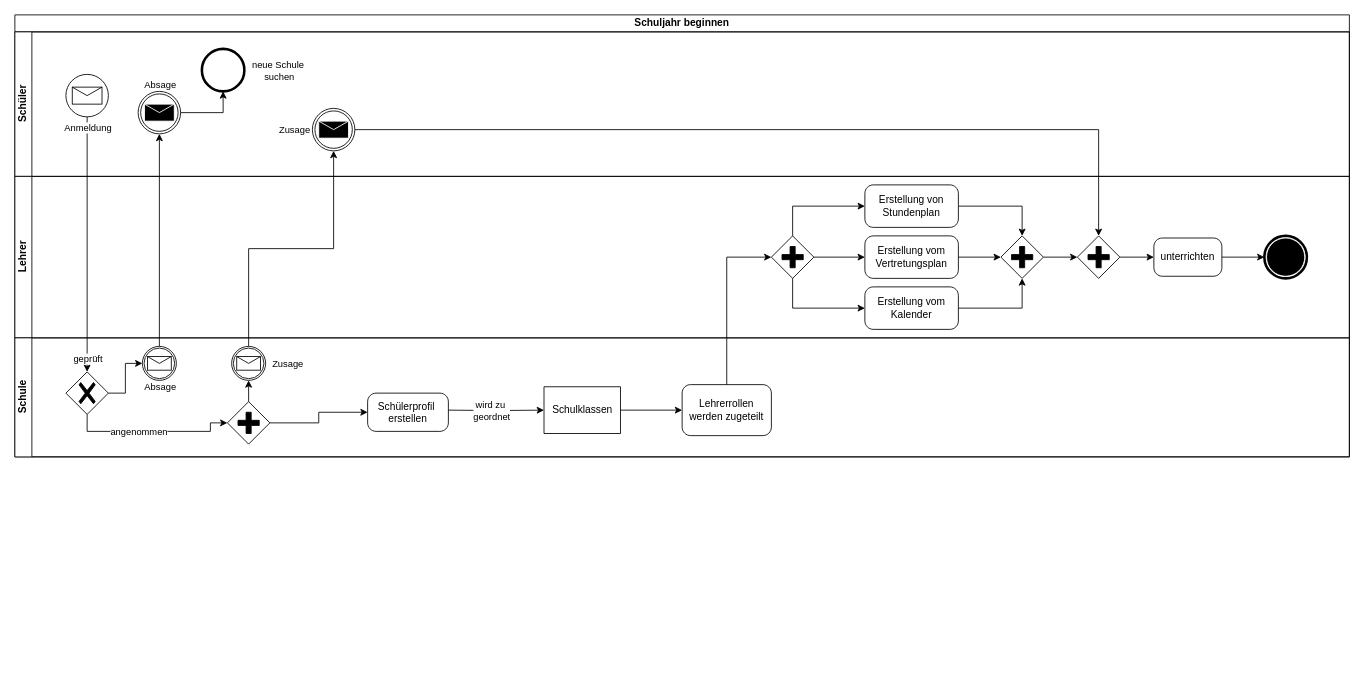
Before: Aktivitätsdiagram.drawio in TrainFan1804/SchulverwaltungUML, a draw.io diagram. Source tidied: cells renumbered, new cells numbered last; positions are measured from the earlier drawing's top-left corner, leaving out a move shared by most shapes. Both pictures are drawn from the tidied source at 85%, with x=0, y=0 at pixel (14, 14).
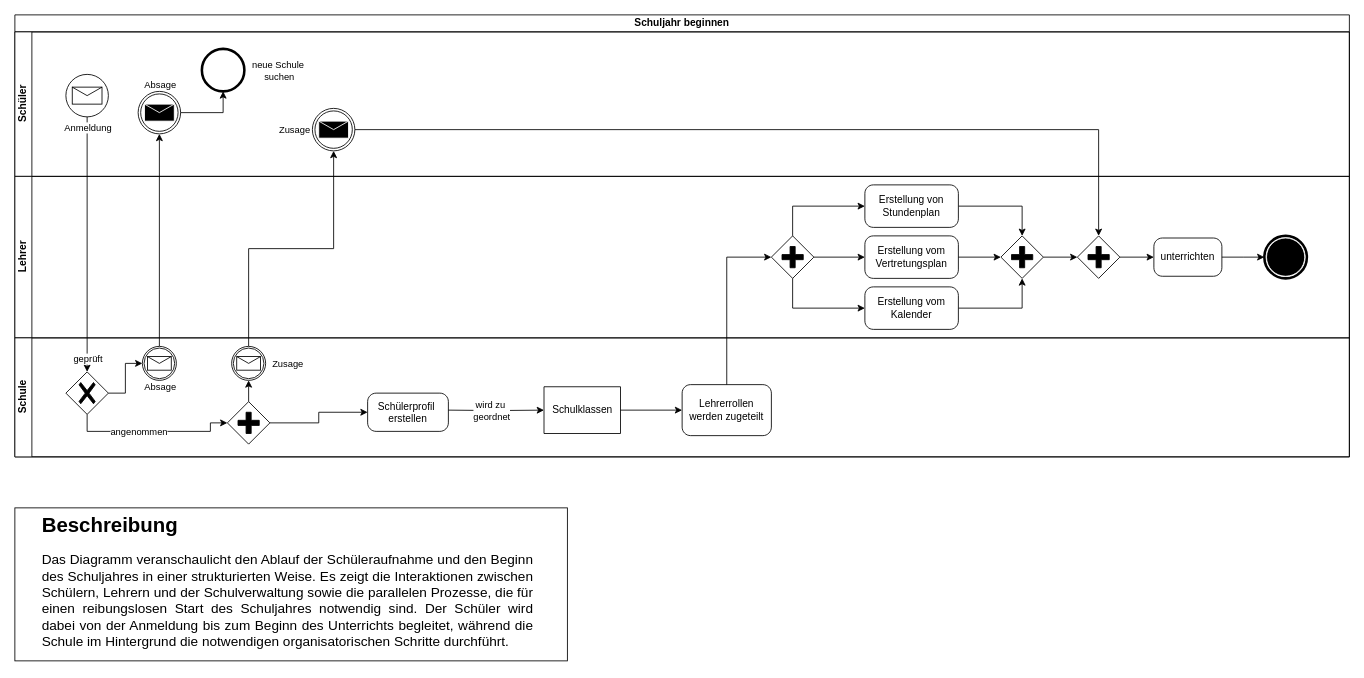
Above is the later version.

Commit message (it also covers changes not shown here):
Gute machen Diagramm

Diff of the diagram source:
```diff
@@
+    <mxCell id="55" style="rounded=0;whiteSpace=wrap;html=1;" parent="1" vertex="1">
+      <mxGeometry y="580" width="650" height="180" as="geometry" />
+    </mxCell>
+    <mxCell id="56" value="&lt;h1 style=&quot;margin-top: 0px;&quot;&gt;&lt;span style=&quot;background-color: initial;&quot;&gt;&lt;font style=&quot;font-size: 24px;&quot;&gt;Beschreibung&lt;/font&gt;&lt;/span&gt;&lt;/h1&gt;&lt;div style=&quot;text-align: justify;&quot;&gt;&lt;span style=&quot;background-color: initial;&quot;&gt;&lt;font size=&quot;3&quot; style=&quot;&quot;&gt;Das Diagramm veranschaulicht den Ablauf der Schüleraufnahme und den Beginn des Schuljahres in einer strukturierten Weise. Es zeigt die Interaktionen zwischen Schülern, Lehrern und der Schulverwaltung sowie die parallelen Prozesse, die für einen reibungslosen Start des Schuljahres notwendig sind. Der Schüler wird dabei von der Anmeldung bis zum Beginn des Unterrichts begleitet, während die Schule im Hintergrund die notwendigen organisatorischen Schritte durchführt.&lt;/font&gt;&lt;br&gt;&lt;/span&gt;&lt;/div&gt;" style="text;html=1;whiteSpace=wrap;overflow=hidden;rounded=0;" parent="1" vertex="1">
+      <mxGeometry x="30" y="580" width="580" height="180" as="geometry" />
+    </mxCell>
```
